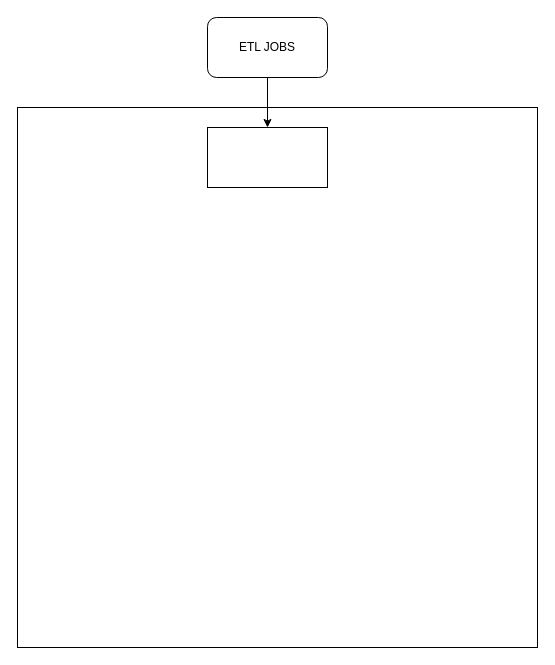
This is doc/入任务队列判定方法.drawio from GoGoWen/JD-Bowen-incubator-doris, a draw.io file, before an edit. Source tidied: cells renumbered, new cells numbered last; positions are measured from the earlier drawing's top-left corner, leaving out a move shared by most shapes. Both pictures are drawn from the tidied source at 100%, with x=0, y=0 at pixel (17, 17).
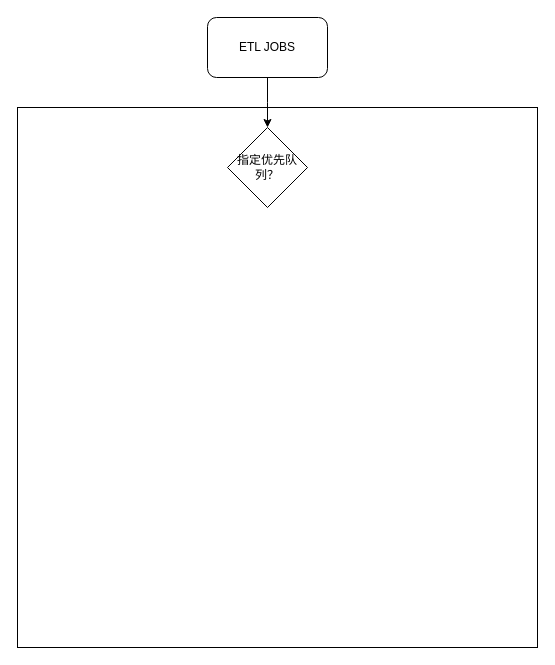
Above is the later version.

Commit message (it also covers changes not shown here):
Update 入任务队列判定方法.drawio

Diff of the diagram source:
```diff
@@
 <mxGraphModel>
   <root>
     <mxCell id="0" />
     <mxCell id="1" parent="0" />
     <mxCell id="2" style="rounded=0;whiteSpace=wrap;html=1;" parent="1" vertex="1">
       <mxGeometry y="90" width="520" height="540" as="geometry" />
     </mxCell>
-    <mxCell id="3" style="edgeStyle=orthogonalEdgeStyle;rounded=0;jettySize=auto;html=1;exitX=0.5;exitY=1;exitDx=0;exitDy=0;entryX=0.5;entryY=0;entryDx=0;entryDy=0;" parent="1" edge="1" source="4" target="5">
-      <mxGeometry relative="1" as="geometry" />
+    <mxCell id="3" style="edgeStyle=orthogonalEdgeStyle;rounded=0;jettySize=auto;html=1;exitX=0.5;exitY=1;exitDx=0;exitDy=0;entryX=0.5;entryY=0;entryDx=0;entryDy=0;" parent="1" edge="1" source="4">
+      <mxGeometry relative="1" as="geometry">
+        <mxPoint x="250" y="110" as="targetPoint" />
+      </mxGeometry>
     </mxCell>
     <mxCell id="4" value="ETL JOBS" style="rounded=1;whiteSpace=wrap;html=1;" parent="1" vertex="1">
       <mxGeometry x="190" width="120" height="60" as="geometry" />
     </mxCell>
-    <mxCell id="5" style="rounded=0;whiteSpace=wrap;html=1;" parent="1" vertex="1">
-      <mxGeometry x="190" y="110" width="120" height="60" as="geometry" />
-    </mxCell>
+    <mxCell id="6" value="指定优先队列？" style="rhombus;whiteSpace=wrap;html=1;" parent="1" vertex="1">
+      <mxGeometry x="210" y="110" width="80" height="80" as="geometry" />
+    </mxCell>
   </root>
 </mxGraphModel>
```
